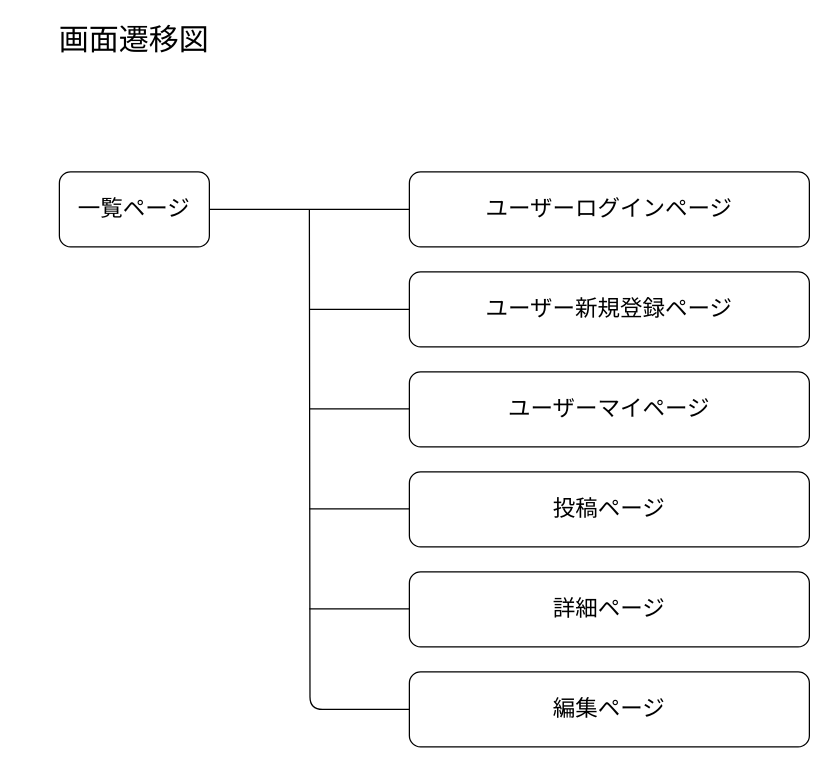
The draw.io diagram 画面遷移図.dio in seiji-nagano/OriApp, before the edit. Source tidied: cells renumbered, new cells numbered last; positions are measured from the earlier drawing's top-left corner, leaving out a move shared by most shapes. Both pictures are drawn from the tidied source at 125%, with x=0, y=0 at pixel (21, 21).
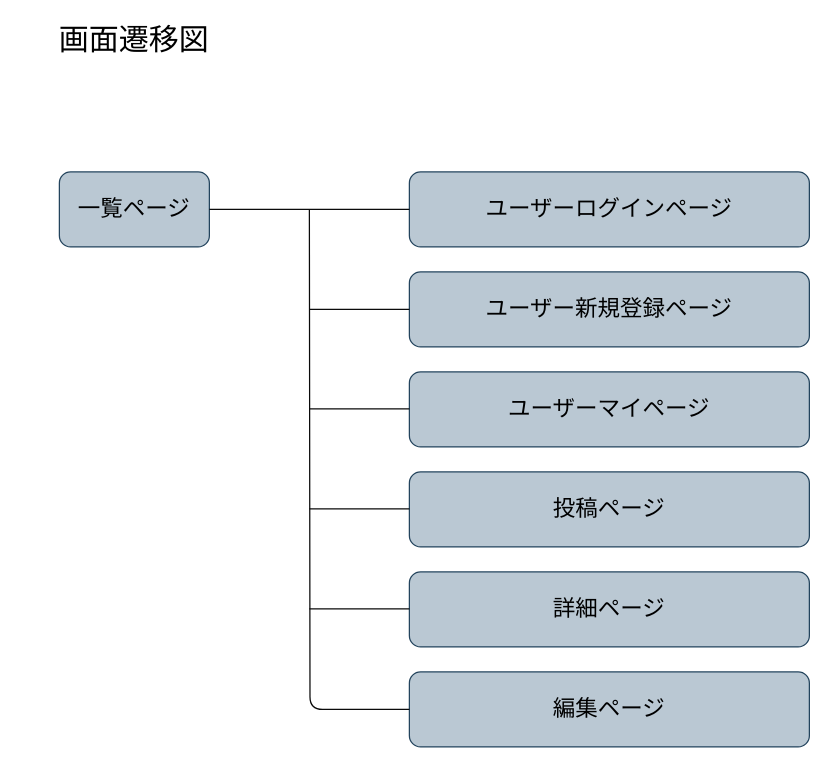
After the change.

The edit, as a diff of the source:
```diff
@@
-<mxGraphModel>
+<mxGraphModel background="#ffffff">
@@
-    <mxCell id="2" value="一覧ページ" style="rounded=1;whiteSpace=wrap;html=1;fontSize=18;" parent="1" vertex="1">
+    <mxCell id="2" value="一覧ページ" style="rounded=1;whiteSpace=wrap;html=1;fontSize=18;fillColor=#bac8d3;strokeColor=#23445d;fontColor=#000000;" parent="1" vertex="1">
       <mxGeometry x="30" y="120" width="120" height="60" as="geometry" />
     </mxCell>
-    <mxCell id="3" value="画面遷移図" style="text;html=1;strokeColor=none;fillColor=none;align=center;verticalAlign=middle;whiteSpace=wrap;rounded=0;fontSize=24;" parent="1" vertex="1">
+    <mxCell id="3" value="画面遷移図" style="text;html=1;strokeColor=none;fillColor=none;align=center;verticalAlign=middle;whiteSpace=wrap;rounded=0;fontSize=24;fontColor=#000000;" parent="1" vertex="1">
       <mxGeometry width="180" height="30" as="geometry" />
     </mxCell>
-    <mxCell id="4" value="ユーザーログインページ" style="rounded=1;whiteSpace=wrap;html=1;fontSize=18;" parent="1" vertex="1">
+    <mxCell id="4" value="ユーザーログインページ" style="rounded=1;whiteSpace=wrap;html=1;fontSize=18;fillColor=#bac8d3;strokeColor=#23445d;fontColor=#000000;" parent="1" vertex="1">
       <mxGeometry x="310" y="120" width="320" height="60" as="geometry" />
     </mxCell>
-    <mxCell id="5" value="ユーザー新規登録ページ" style="rounded=1;whiteSpace=wrap;html=1;fontSize=18;" parent="1" vertex="1">
+    <mxCell id="5" value="ユーザー新規登録ページ" style="rounded=1;whiteSpace=wrap;html=1;fontSize=18;fillColor=#bac8d3;strokeColor=#23445d;fontColor=#000000;" parent="1" vertex="1">
       <mxGeometry x="310" y="200" width="320" height="60" as="geometry" />
     </mxCell>
-    <mxCell id="6" value="ユーザーマイページ" style="rounded=1;whiteSpace=wrap;html=1;fontSize=18;" parent="1" vertex="1">
+    <mxCell id="6" value="ユーザーマイページ" style="rounded=1;whiteSpace=wrap;html=1;fontSize=18;fillColor=#bac8d3;strokeColor=#23445d;fontColor=#000000;" parent="1" vertex="1">
       <mxGeometry x="310" y="280" width="320" height="60" as="geometry" />
     </mxCell>
-    <mxCell id="7" value="投稿ページ" style="rounded=1;whiteSpace=wrap;html=1;fontSize=18;" parent="1" vertex="1">
+    <mxCell id="7" value="投稿ページ" style="rounded=1;whiteSpace=wrap;html=1;fontSize=18;fillColor=#bac8d3;strokeColor=#23445d;fontColor=#000000;" parent="1" vertex="1">
       <mxGeometry x="310" y="360" width="320" height="60" as="geometry" />
     </mxCell>
-    <mxCell id="8" value="詳細ページ" style="rounded=1;whiteSpace=wrap;html=1;fontSize=18;" parent="1" vertex="1">
+    <mxCell id="8" value="詳細ページ" style="rounded=1;whiteSpace=wrap;html=1;fontSize=18;fillColor=#bac8d3;strokeColor=#23445d;fontColor=#000000;" parent="1" vertex="1">
       <mxGeometry x="310" y="440" width="320" height="60" as="geometry" />
     </mxCell>
-    <mxCell id="9" value="編集ページ" style="rounded=1;whiteSpace=wrap;html=1;fontSize=18;" parent="1" vertex="1">
+    <mxCell id="9" value="編集ページ" style="rounded=1;whiteSpace=wrap;html=1;fontSize=18;fillColor=#bac8d3;strokeColor=#23445d;fontColor=#000000;" parent="1" vertex="1">
       <mxGeometry x="310" y="520" width="320" height="60" as="geometry" />
     </mxCell>
-    <mxCell id="10" style="endArrow=none;html=1;fontSize=18;exitX=1;exitY=0.5;exitDx=0;exitDy=0;entryX=0;entryY=0.5;entryDx=0;entryDy=0;" parent="1" edge="1" source="2" target="4">
+    <mxCell id="10" style="endArrow=none;html=1;fontSize=18;exitX=1;exitY=0.5;exitDx=0;exitDy=0;entryX=0;entryY=0.5;entryDx=0;entryDy=0;strokeColor=#0a0a0a;" parent="1" edge="1" source="2" target="4">
       <mxGeometry relative="1" as="geometry" />
     </mxCell>
-    <mxCell id="11" style="endArrow=none;html=1;fontSize=18;exitX=0;exitY=0.5;exitDx=0;exitDy=0;edgeStyle=orthogonalEdgeStyle;" parent="1" edge="1" source="9">
+    <mxCell id="11" style="endArrow=none;html=1;fontSize=18;exitX=0;exitY=0.5;exitDx=0;exitDy=0;edgeStyle=orthogonalEdgeStyle;strokeColor=#0a0a0a;" parent="1" edge="1" source="9">
       <mxGeometry relative="1" as="geometry">
         <mxPoint x="230" y="150" as="targetPoint" />
       </mxGeometry>
     </mxCell>
-    <mxCell id="12" style="endArrow=none;html=1;fontSize=18;" parent="1" edge="1">
+    <mxCell id="12" style="endArrow=none;html=1;fontSize=18;strokeColor=#0a0a0a;" parent="1" edge="1">
       <mxGeometry relative="1" as="geometry">
         <mxPoint x="230" y="230" as="sourcePoint" />
         <mxPoint x="310" y="230" as="targetPoint" />
       </mxGeometry>
     </mxCell>
-    <mxCell id="13" style="endArrow=none;html=1;fontSize=18;" parent="1" edge="1">
+    <mxCell id="13" style="endArrow=none;html=1;fontSize=18;strokeColor=#0a0a0a;" parent="1" edge="1">
       <mxGeometry relative="1" as="geometry">
         <mxPoint x="230" y="309.5" as="sourcePoint" />
         <mxPoint x="310" y="309.5" as="targetPoint" />
       </mxGeometry>
     </mxCell>
-    <mxCell id="14" style="endArrow=none;html=1;fontSize=18;" parent="1" edge="1">
+    <mxCell id="14" style="endArrow=none;html=1;fontSize=18;strokeColor=#0a0a0a;" parent="1" edge="1">
       <mxGeometry relative="1" as="geometry">
         <mxPoint x="230" y="389.5" as="sourcePoint" />
         <mxPoint x="310" y="389.5" as="targetPoint" />
       </mxGeometry>
     </mxCell>
-    <mxCell id="15" style="endArrow=none;html=1;fontSize=18;" parent="1" edge="1">
+    <mxCell id="15" style="endArrow=none;html=1;fontSize=18;strokeColor=#0a0a0a;" parent="1" edge="1">
       <mxGeometry relative="1" as="geometry">
         <mxPoint x="230" y="469.5" as="sourcePoint" />
         <mxPoint x="310" y="469.5" as="targetPoint" />
       </mxGeometry>
     </mxCell>
```
